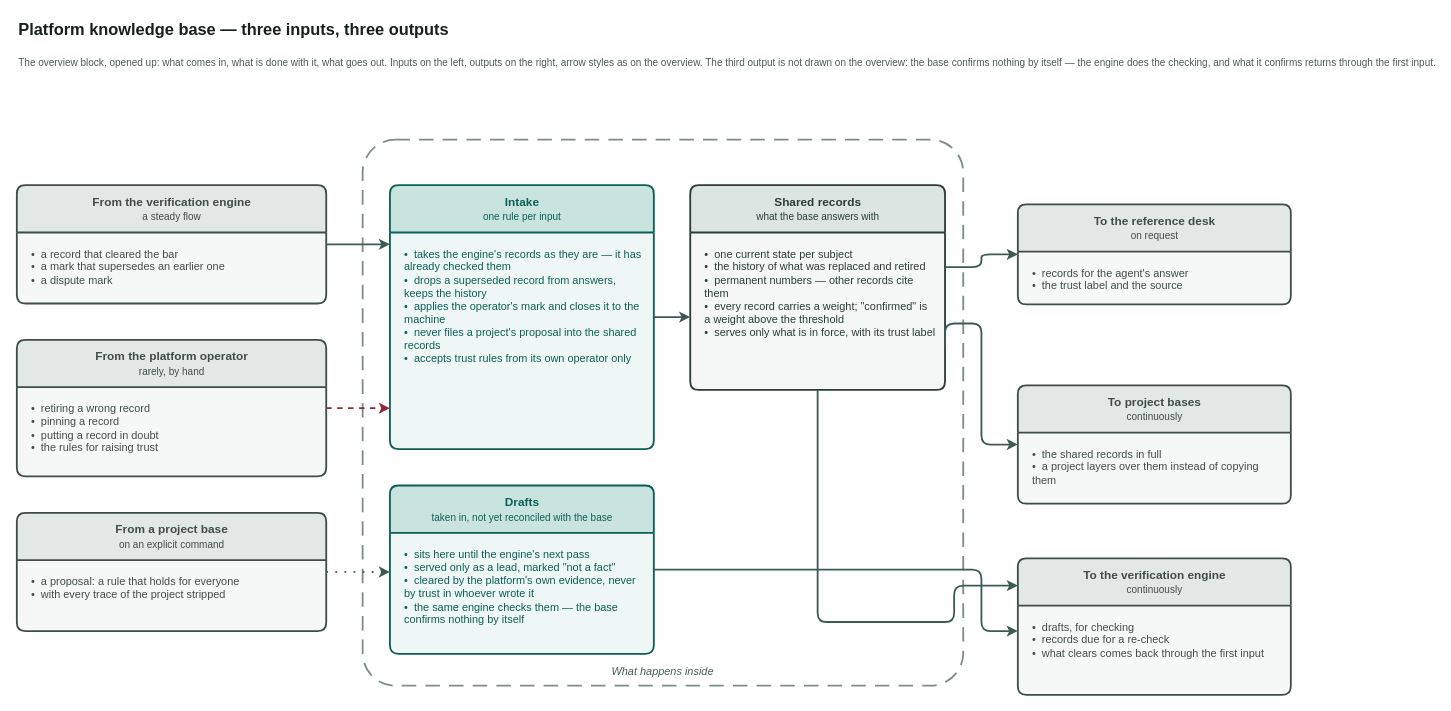
Earlier version of the draw.io diagram page "Platform knowledge base" (2 of 2) of docs/adr/adr-knowledge-base-v3-overview.drawio (VirtoCommerce/ai-tools). Source tidied: cells renumbered, new cells numbered last; positions are measured from the earlier drawing's top-left corner, leaving out a move shared by most shapes. Both pictures are drawn from the tidied source at 91%, with x=0, y=0 at pixel (16, 15).
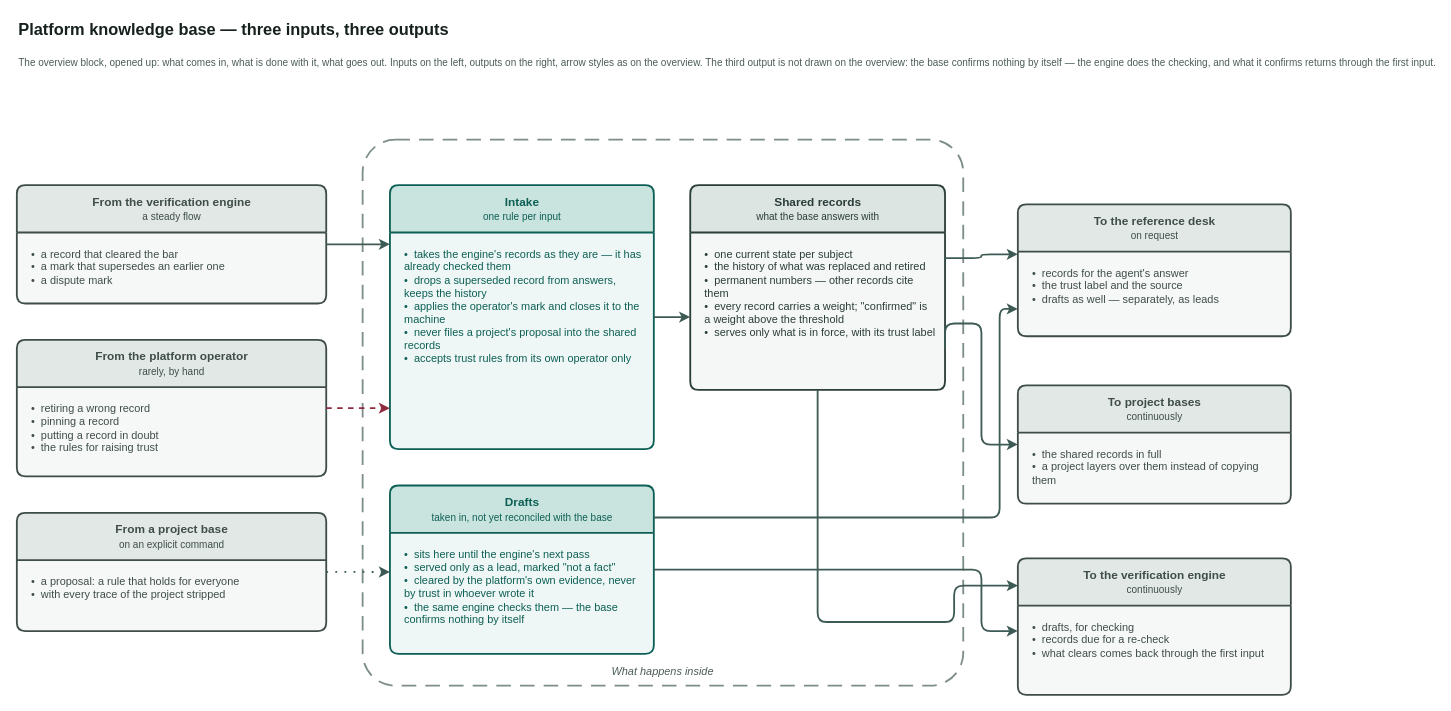
The same diagram, later.

Commit message (it also covers changes not shown here):
docs(adr): kb v3 — when the engine runs, and drafts reach the reference desk too (VCST-5776)

Unchanged cells that the change refers to:
```xml
<mxCell id="13" value="Drafts&lt;br&gt;&lt;span style=&quot;font-size:11px;font-weight:normal&quot;&gt;taken in, not yet reconciled with the base&lt;/span&gt;" style="swimlane;html=1;rounded=1;arcSize=6;startSize=52;horizontal=1;fillColor=#c9e4de;swimlaneFillColor=#eef7f5;strokeColor=#0d5f55;fontColor=#0d5f55;fontSize=13;fontStyle=1;align=center;verticalAlign=middle;strokeWidth=2;fontFamily=Helvetica;" parent="1" vertex="1">
  <mxGeometry x="410" y="516" width="290" height="185" as="geometry" />
</mxCell>
<mxCell id="15" value="Shared records&lt;br&gt;&lt;span style=&quot;font-size:11px;font-weight:normal&quot;&gt;what the base answers with&lt;/span&gt;" style="swimlane;html=1;rounded=1;arcSize=6;startSize=52;horizontal=1;fillColor=#dde5e3;swimlaneFillColor=#f4f7f6;strokeColor=#2b3d39;fontColor=#2b3d39;fontSize=13;fontStyle=1;align=center;verticalAlign=middle;strokeWidth=2;fontFamily=Helvetica;" parent="1" vertex="1">
  <mxGeometry x="740" y="186" width="280" height="225" as="geometry" />
</mxCell>
<mxCell id="21" value="To project bases&lt;br&gt;&lt;span style=&quot;font-size:11px;font-weight:normal&quot;&gt;continuously&lt;/span&gt;" style="swimlane;html=1;rounded=1;arcSize=6;startSize=52;horizontal=1;fillColor=#e2e8e6;swimlaneFillColor=#f6f8f7;strokeColor=#3f4d49;fontColor=#3f4d49;fontSize=13;fontStyle=1;align=center;verticalAlign=middle;strokeWidth=2;fontFamily=Helvetica;" parent="1" vertex="1">
  <mxGeometry x="1100" y="406" width="300" height="130" as="geometry" />
</mxCell>
```

Change to the diagram source:
```diff
@@
     <mxCell id="17" value="To the reference desk&lt;br&gt;&lt;span style=&quot;font-size:11px;font-weight:normal&quot;&gt;on request&lt;/span&gt;" style="swimlane;html=1;rounded=1;arcSize=6;startSize=52;horizontal=1;fillColor=#e2e8e6;swimlaneFillColor=#f6f8f7;strokeColor=#3f4d49;fontColor=#3f4d49;fontSize=13;fontStyle=1;align=center;verticalAlign=middle;strokeWidth=2;fontFamily=Helvetica;" parent="1" vertex="1">
-      <mxGeometry x="1100" y="207" width="300" height="110" as="geometry" />
+      <mxGeometry x="1100" y="207" width="300" height="145" as="geometry" />
     </mxCell>
-    <mxCell id="18" value="•&amp;nbsp; records for the agent's answer&lt;br&gt;•&amp;nbsp; the trust label and the source" style="text;html=1;align=left;verticalAlign=top;whiteSpace=wrap;spacingLeft=14;spacingTop=10;spacingRight=10;fontSize=12;fontColor=#3f4d49;fontFamily=Helvetica;" parent="17" vertex="1">
-      <mxGeometry y="52" width="300" height="58" as="geometry" />
+    <mxCell id="18" value="•&amp;nbsp; records for the agent's answer&lt;br&gt;•&amp;nbsp; the trust label and the source&lt;br&gt;•&amp;nbsp; drafts as well — separately, as leads" style="text;html=1;align=left;verticalAlign=top;whiteSpace=wrap;spacingLeft=14;spacingTop=10;spacingRight=10;fontSize=12;fontColor=#3f4d49;fontFamily=Helvetica;" parent="17" vertex="1">
+      <mxGeometry y="52" width="300" height="93" as="geometry" />
     </mxCell>
@@
-    <mxCell id="29" style="edgeStyle=orthogonalEdgeStyle;rounded=1;html=1;labelBackgroundColor=#ffffff;fontSize=12;strokeWidth=2;strokeColor=#3d5a55;fontColor=#2f3a37;fontFamily=Helvetica;exitX=1;exitY=0.4;exitDx=0;exitDy=0;entryX=0;entryY=0.5;entryDx=0;entryDy=0;" parent="1" edge="1" source="15" target="17">
+    <mxCell id="29" style="edgeStyle=orthogonalEdgeStyle;rounded=1;html=1;labelBackgroundColor=#ffffff;fontSize=12;strokeWidth=2;strokeColor=#3d5a55;fontColor=#2f3a37;fontFamily=Helvetica;exitX=1;exitY=0.356;exitDx=0;exitDy=0;entryX=0;entryY=0.379;entryDx=0;entryDy=0;" parent="1" edge="1" source="15" target="17">
       <mxGeometry relative="1" as="geometry" />
     </mxCell>
-    <mxCell id="30" style="edgeStyle=orthogonalEdgeStyle;rounded=1;html=1;labelBackgroundColor=#ffffff;fontSize=12;strokeWidth=2;strokeColor=#3d5a55;fontColor=#2f3a37;fontFamily=Helvetica;exitX=1;exitY=0.8;exitDx=0;exitDy=0;entryX=0;entryY=0.5;entryDx=0;entryDy=0;" parent="1" edge="1" source="15" target="21">
+    <mxCell id="30" style="edgeStyle=orthogonalEdgeStyle;rounded=1;html=1;labelBackgroundColor=#ffffff;fontSize=12;strokeWidth=2;strokeColor=#3d5a55;fontColor=#2f3a37;fontFamily=Helvetica;exitX=1;exitY=0.19;exitDx=0;exitDy=0;entryX=0;entryY=0.793;entryDx=0;entryDy=0;" parent="1" edge="1" source="13" target="17">
       <mxGeometry relative="1" as="geometry">
         <Array as="points">
-          <mxPoint x="1060" y="338" />
-          <mxPoint x="1060" y="471" />
+          <mxPoint x="1080" y="551" />
+          <mxPoint x="1080" y="322" />
         </Array>
       </mxGeometry>
     </mxCell>
+    <mxCell id="31" style="edgeStyle=orthogonalEdgeStyle;rounded=1;html=1;labelBackgroundColor=#ffffff;fontSize=12;strokeWidth=2;strokeColor=#3d5a55;fontColor=#2f3a37;fontFamily=Helvetica;exitX=1;exitY=0.8;exitDx=0;exitDy=0;entryX=0;entryY=0.5;entryDx=0;entryDy=0;" parent="1" edge="1" source="15" target="21">
+      <mxGeometry relative="1" as="geometry">
+        <Array as="points">
+          <mxPoint x="1060" y="338" />
+          <mxPoint x="1060" y="471" />
+        </Array>
+      </mxGeometry>
+    </mxCell>
```
